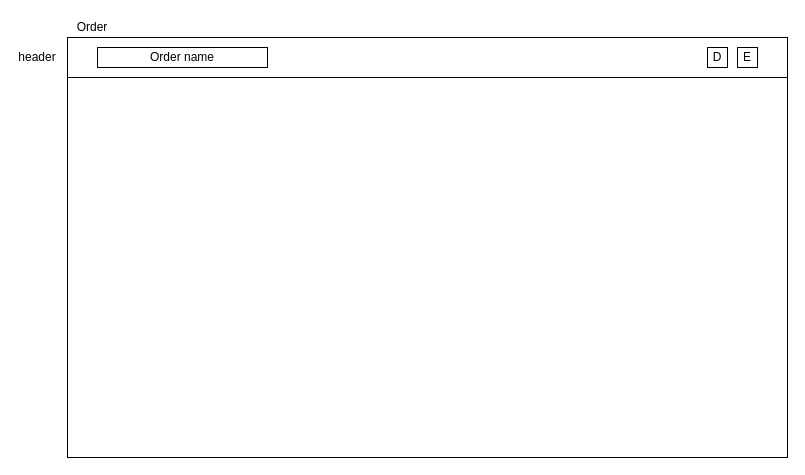
Above: CalculatorLayout.drawio in PavelMikh/GoodsCostCalculator (draw.io), before the change. Source tidied: cells renumbered, new cells numbered last; positions are measured from the earlier drawing's top-left corner, leaving out a move shared by most shapes. Both pictures are drawn from the tidied source at 100%, with x=0, y=0 at pixel (17, 17).
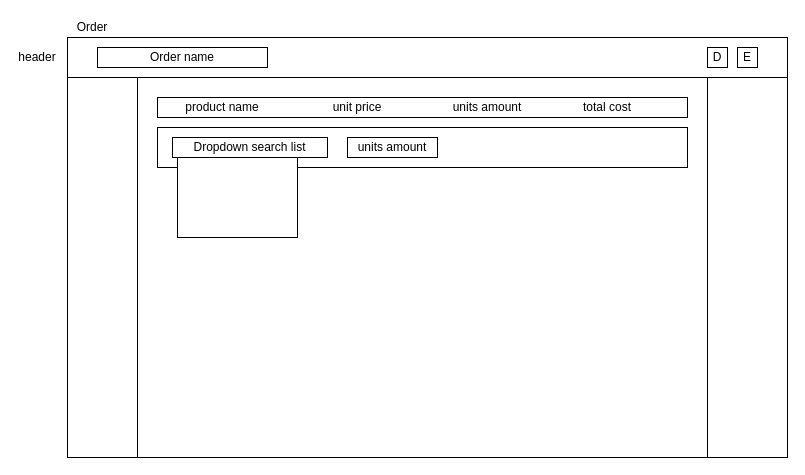
The same page after the edit.

Change to the diagram source:
```diff
@@
 <mxGraphModel>
   <root>
     <mxCell id="0" />
     <mxCell id="1" parent="0" />
     <mxCell id="2" style="rounded=0;whiteSpace=wrap;html=1;" parent="1" vertex="1">
       <mxGeometry x="50" y="20" width="720" height="420" as="geometry" />
     </mxCell>
     <mxCell id="3" style="rounded=0;whiteSpace=wrap;html=1;" parent="1" vertex="1">
       <mxGeometry x="50" y="20" width="720" height="40" as="geometry" />
     </mxCell>
     <mxCell id="4" value="header" style="text;html=1;strokeColor=none;fillColor=none;align=center;verticalAlign=middle;whiteSpace=wrap;rounded=0;" parent="1" vertex="1">
       <mxGeometry y="30" width="40" height="20" as="geometry" />
     </mxCell>
     <mxCell id="5" value="Order" style="text;html=1;strokeColor=none;fillColor=none;align=center;verticalAlign=middle;whiteSpace=wrap;rounded=0;" parent="1" vertex="1">
       <mxGeometry x="50" width="50" height="20" as="geometry" />
     </mxCell>
     <mxCell id="6" value="D" style="rounded=0;whiteSpace=wrap;html=1;" parent="1" vertex="1">
       <mxGeometry x="690" y="30" width="20" height="20" as="geometry" />
     </mxCell>
     <mxCell id="7" value="E" style="rounded=0;whiteSpace=wrap;html=1;" parent="1" vertex="1">
       <mxGeometry x="720" y="30" width="20" height="20" as="geometry" />
     </mxCell>
     <mxCell id="8" value="Order name" style="rounded=0;whiteSpace=wrap;html=1;" parent="1" vertex="1">
       <mxGeometry x="80" y="30" width="170" height="20" as="geometry" />
     </mxCell>
+    <mxCell id="9" style="rounded=0;whiteSpace=wrap;html=1;" parent="1" vertex="1">
+      <mxGeometry x="120" y="60" width="570" height="380" as="geometry" />
+    </mxCell>
+    <mxCell id="10" style="rounded=0;whiteSpace=wrap;html=1;" parent="1" vertex="1">
+      <mxGeometry x="140" y="80" width="530" height="20" as="geometry" />
+    </mxCell>
+    <mxCell id="11" value="product name" style="text;html=1;strokeColor=none;fillColor=none;align=center;verticalAlign=middle;whiteSpace=wrap;rounded=0;" parent="1" vertex="1">
+      <mxGeometry x="150" y="80" width="110" height="20" as="geometry" />
+    </mxCell>
+    <mxCell id="12" value="units amount" style="text;html=1;strokeColor=none;fillColor=none;align=center;verticalAlign=middle;whiteSpace=wrap;rounded=0;" parent="1" vertex="1">
+      <mxGeometry x="420" y="80" width="100" height="20" as="geometry" />
+    </mxCell>
+    <mxCell id="13" value="unit price" style="text;html=1;strokeColor=none;fillColor=none;align=center;verticalAlign=middle;whiteSpace=wrap;rounded=0;" parent="1" vertex="1">
+      <mxGeometry x="290" y="80" width="100" height="20" as="geometry" />
+    </mxCell>
+    <mxCell id="14" value="total cost" style="text;html=1;strokeColor=none;fillColor=none;align=center;verticalAlign=middle;whiteSpace=wrap;rounded=0;" parent="1" vertex="1">
+      <mxGeometry x="540" y="80" width="100" height="20" as="geometry" />
+    </mxCell>
+    <mxCell id="15" style="rounded=0;whiteSpace=wrap;html=1;" parent="1" vertex="1">
+      <mxGeometry x="140" y="110" width="530" height="40" as="geometry" />
+    </mxCell>
+    <mxCell id="16" value="Dropdown search list" style="rounded=0;whiteSpace=wrap;html=1;" parent="1" vertex="1">
+      <mxGeometry x="155" y="120" width="155" height="20" as="geometry" />
+    </mxCell>
+    <mxCell id="17" style="rounded=0;whiteSpace=wrap;html=1;" parent="1" vertex="1">
+      <mxGeometry x="160" y="140" width="120" height="80" as="geometry" />
+    </mxCell>
+    <mxCell id="18" value="units amount" style="rounded=0;whiteSpace=wrap;html=1;" parent="1" vertex="1">
+      <mxGeometry x="330" y="120" width="90" height="20" as="geometry" />
+    </mxCell>
   </root>
 </mxGraphModel>
```
